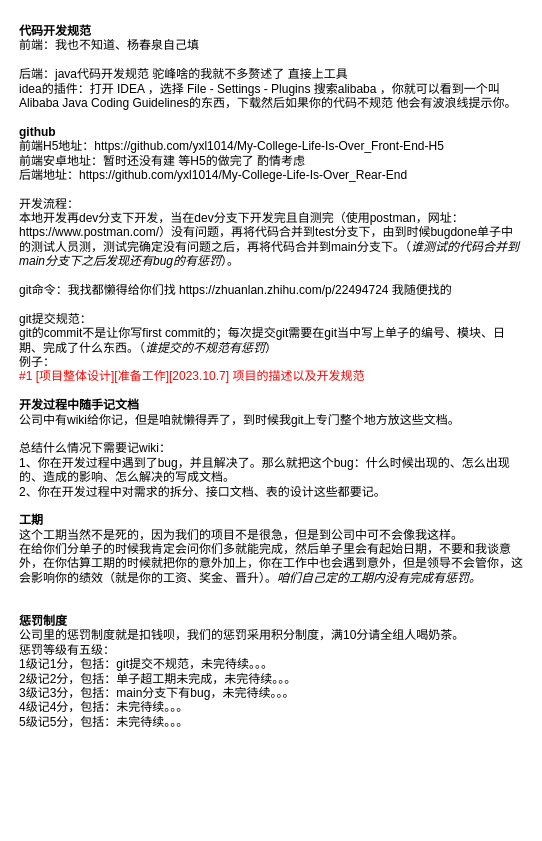
Earlier version of the draw.io diagram page "开发规范" (2 of 3) of 毕业设计.drawio (yxl1014/My-College-Life-Is-Over_Wiki). Source tidied: cells renumbered, new cells numbered last; positions are measured from the earlier drawing's top-left corner, leaving out a move shared by most shapes. Both pictures are drawn from the tidied source at 100%, with x=0, y=0 at pixel (17, 17).
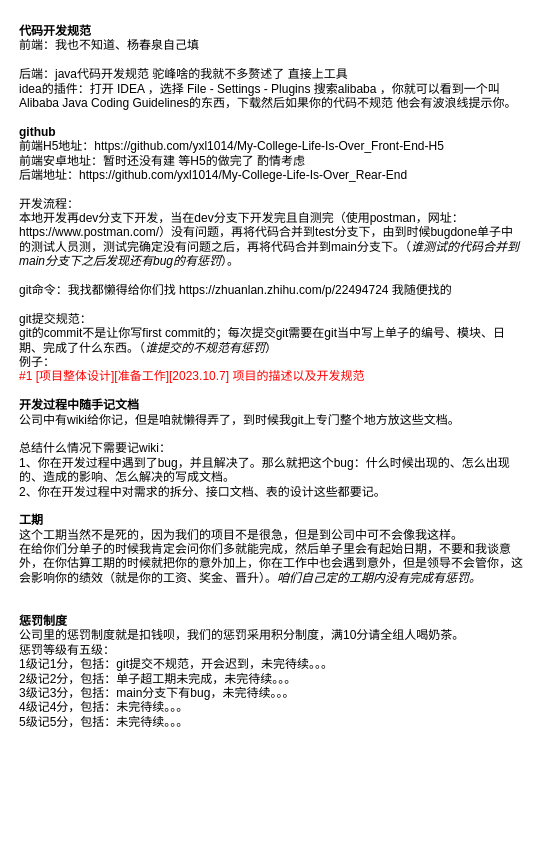
After the change.

Commit message (it also covers changes not shown here):
#0 [项目整体设计][准备工作][2023.10.16] 积分表

Diff of the diagram source:
```diff
@@
 <mxGraphModel>
   <root>
     <mxCell id="0" />
     <mxCell id="1" parent="0" />
-    <mxCell id="2" value="&lt;b&gt;代码开发规范&lt;/b&gt;&lt;br&gt;前端：我也不知道、杨春泉自己填&lt;br&gt;&lt;br&gt;后端：java代码开发规范 驼峰啥的我就不多赘述了 直接上工具&lt;br&gt;idea的插件：打开 IDEA ，选择 File - Settings - Plugins 搜索alibaba ，你就可以看到一个叫&lt;br&gt;Alibaba Java Coding Guidelines的东西，下载然后如果你的代码不规范 他会有波浪线提示你。&lt;br&gt;&lt;br&gt;&lt;b&gt;github&lt;br&gt;&lt;/b&gt;前端H5地址：https://github.com/yxl1014/My-College-Life-Is-Over_Front-End-H5&lt;br&gt;前端安卓地址：暂时还没有建 等H5的做完了 酌情考虑&lt;br&gt;后端地址：https://github.com/yxl1014/My-College-Life-Is-Over_Rear-End&lt;br&gt;&lt;br&gt;开发流程：&lt;br&gt;本地开发再dev分支下开发，当在dev分支下开发完且自测完（使用postman，网址：https://www.postman.com/）没有问题，再将代码合并到test分支下，由到时候bugdone单子中的测试人员测，测试完确定没有问题之后，再将代码合并到main分支下。（&lt;i&gt;谁测试的代码合并到main分支下之后发现还有bug的有惩罚&lt;/i&gt;）。&lt;br&gt;&lt;br&gt;git命令：我找都懒得给你们找&amp;nbsp;https://zhuanlan.zhihu.com/p/22494724 我随便找的&lt;br&gt;&lt;br&gt;git提交规范：&lt;br&gt;git的commit不是让你写first commit的；每次提交git需要在git当中写上单子的编号、模块、日期、完成了什么东西。（&lt;i&gt;谁提交的不规范有惩罚&lt;/i&gt;）&lt;br&gt;例子：&lt;br&gt;&lt;font style=&quot;&quot; color=&quot;#ff0000&quot;&gt;#1 [项目整体设计][准备工作][2023.10.7] 项目的描述以及开发规范&lt;/font&gt;&lt;br&gt;&lt;br&gt;&lt;b&gt;开发过程中随手记文档&lt;br&gt;&lt;/b&gt;公司中有wiki给你记，但是咱就懒得弄了，到时候我git上专门整个地方放这些文档。&lt;br&gt;&lt;br&gt;总结什么情况下需要记wiki：&lt;br&gt;1、你在开发过程中遇到了bug，并且解决了。那么就把这个bug：什么时候出现的、怎么出现的、造成的影响、怎么解决的写成文档。&lt;br&gt;2、你在开发过程中对需求的拆分、接口文档、表的设计这些都要记。&lt;br&gt;&lt;br&gt;&lt;b&gt;工期&lt;br&gt;&lt;/b&gt;这个工期当然不是死的，因为我们的项目不是很急，但是到公司中可不会像我这样。&lt;br&gt;在给你们分单子的时候我肯定会问你们多就能完成，然后单子里会有起始日期，不要和我谈意外，在你估算工期的时候就把你的意外加上，你在工作中也会遇到意外，但是领导不会管你，这会影响你的绩效（就是你的工资、奖金、晋升）。&lt;i&gt;咱们自己定的工期内没有完成有惩罚。&lt;/i&gt;&lt;br&gt;&lt;br&gt;&lt;br&gt;&lt;b&gt;惩罚制度&lt;br&gt;&lt;/b&gt;公司里的惩罚制度就是扣钱呗，我们的惩罚采用积分制度，满10分请全组人喝奶茶。&lt;br&gt;惩罚等级有五级：&lt;br&gt;1级记1分，包括：git提交不规范，未完待续。。。&lt;br&gt;2级记2分，包括：单子超工期未完成，未完待续。。。&lt;br&gt;3级记3分，包括：main分支下有bug，未完待续。。。&lt;br&gt;4级记4分，包括：未完待续。。。&lt;br&gt;5级记5分，包括：未完待续。。。" style="text;html=1;strokeColor=none;fillColor=none;align=left;verticalAlign=top;whiteSpace=wrap;rounded=0;" parent="1" vertex="1">
+    <mxCell id="2" value="&lt;b&gt;代码开发规范&lt;/b&gt;&lt;br&gt;前端：我也不知道、杨春泉自己填&lt;br&gt;&lt;br&gt;后端：java代码开发规范 驼峰啥的我就不多赘述了 直接上工具&lt;br&gt;idea的插件：打开 IDEA ，选择 File - Settings - Plugins 搜索alibaba ，你就可以看到一个叫&lt;br&gt;Alibaba Java Coding Guidelines的东西，下载然后如果你的代码不规范 他会有波浪线提示你。&lt;br&gt;&lt;br&gt;&lt;b&gt;github&lt;br&gt;&lt;/b&gt;前端H5地址：https://github.com/yxl1014/My-College-Life-Is-Over_Front-End-H5&lt;br&gt;前端安卓地址：暂时还没有建 等H5的做完了 酌情考虑&lt;br&gt;后端地址：https://github.com/yxl1014/My-College-Life-Is-Over_Rear-End&lt;br&gt;&lt;br&gt;开发流程：&lt;br&gt;本地开发再dev分支下开发，当在dev分支下开发完且自测完（使用postman，网址：https://www.postman.com/）没有问题，再将代码合并到test分支下，由到时候bugdone单子中的测试人员测，测试完确定没有问题之后，再将代码合并到main分支下。（&lt;i&gt;谁测试的代码合并到main分支下之后发现还有bug的有惩罚&lt;/i&gt;）。&lt;br&gt;&lt;br&gt;git命令：我找都懒得给你们找&amp;nbsp;https://zhuanlan.zhihu.com/p/22494724 我随便找的&lt;br&gt;&lt;br&gt;git提交规范：&lt;br&gt;git的commit不是让你写first commit的；每次提交git需要在git当中写上单子的编号、模块、日期、完成了什么东西。（&lt;i&gt;谁提交的不规范有惩罚&lt;/i&gt;）&lt;br&gt;例子：&lt;br&gt;&lt;font style=&quot;&quot; color=&quot;#ff0000&quot;&gt;#1 [项目整体设计][准备工作][2023.10.7] 项目的描述以及开发规范&lt;/font&gt;&lt;br&gt;&lt;br&gt;&lt;b&gt;开发过程中随手记文档&lt;br&gt;&lt;/b&gt;公司中有wiki给你记，但是咱就懒得弄了，到时候我git上专门整个地方放这些文档。&lt;br&gt;&lt;br&gt;总结什么情况下需要记wiki：&lt;br&gt;1、你在开发过程中遇到了bug，并且解决了。那么就把这个bug：什么时候出现的、怎么出现的、造成的影响、怎么解决的写成文档。&lt;br&gt;2、你在开发过程中对需求的拆分、接口文档、表的设计这些都要记。&lt;br&gt;&lt;br&gt;&lt;b&gt;工期&lt;br&gt;&lt;/b&gt;这个工期当然不是死的，因为我们的项目不是很急，但是到公司中可不会像我这样。&lt;br&gt;在给你们分单子的时候我肯定会问你们多就能完成，然后单子里会有起始日期，不要和我谈意外，在你估算工期的时候就把你的意外加上，你在工作中也会遇到意外，但是领导不会管你，这会影响你的绩效（就是你的工资、奖金、晋升）。&lt;i&gt;咱们自己定的工期内没有完成有惩罚。&lt;/i&gt;&lt;br&gt;&lt;br&gt;&lt;br&gt;&lt;b&gt;惩罚制度&lt;br&gt;&lt;/b&gt;公司里的惩罚制度就是扣钱呗，我们的惩罚采用积分制度，满10分请全组人喝奶茶。&lt;br&gt;惩罚等级有五级：&lt;br&gt;1级记1分，包括：git提交不规范，开会迟到，未完待续。。。&lt;br&gt;2级记2分，包括：单子超工期未完成，未完待续。。。&lt;br&gt;3级记3分，包括：main分支下有bug，未完待续。。。&lt;br&gt;4级记4分，包括：未完待续。。。&lt;br&gt;5级记5分，包括：未完待续。。。" style="text;html=1;strokeColor=none;fillColor=none;align=left;verticalAlign=top;whiteSpace=wrap;rounded=0;" parent="1" vertex="1">
       <mxGeometry width="508" height="807" as="geometry" />
     </mxCell>
   </root>
 </mxGraphModel>
```
